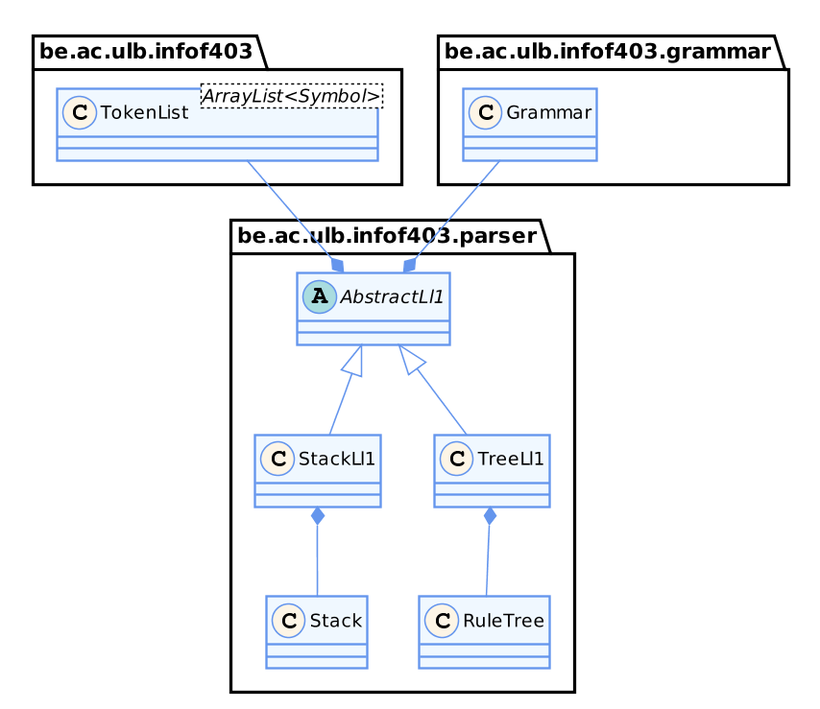
Above: doc/Report/img/class_ll1.png in denishoornaert/INFO-F403-IMP (PlantUML), before the change. Source of this version:
```plantuml
@startuml
skinparam classAttributeIconSize 0

skinparam shadowing false

skinparam dpi 150

skinparam class {
  BackgroundColor AliceBlue
  ArrowColor CornflowerBlue
  BorderColor CornflowerBlue
}
skinparam stereotypeCBackgroundColor OldLace

package "be.ac.ulb.infof403" {
    class TokenList<ArrayList<Symbol>> {

    }
}

package "be.ac.ulb.infof403.grammar" {

    class Grammar {

    }

}

package "be.ac.ulb.infof403.parser" {
    abstract class AbstractLl1 {

    }

    class Stack {

    }

    class RuleTree {

    }

    class StackLl1 {

    }

    class TreeLl1 {

    }
}


StackLl1 *-down- Stack
TreeLl1 *-down- RuleTree
Grammar --* AbstractLl1
TokenList --* AbstractLl1
StackLl1 -up-|> AbstractLl1
TreeLl1 -up-|> AbstractLl1
@enduml
```
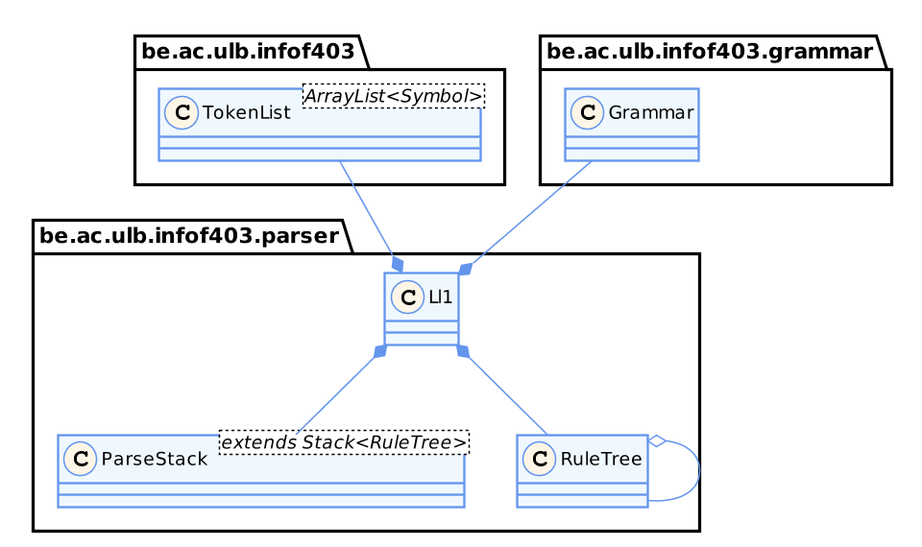
After the change.

Commit message:
Update LL1 Class diagram

What changed in the source:
```diff
@@ -27,11 +27,7 @@
 }
 
 package "be.ac.ulb.infof403.parser" {
-    abstract class AbstractLl1 {
-
-    }
-
-    class Stack {
+    class ParseStack<extends Stack<RuleTree>> {
 
     }
 
@@ -39,20 +35,16 @@
 
     }
 
-    class StackLl1 {
+    class Ll1 {
 
     }
 
-    class TreeLl1 {
-
-    }
 }
 
 
-StackLl1 *-down- Stack
-TreeLl1 *-down- RuleTree
-Grammar --* AbstractLl1
-TokenList --* AbstractLl1
-StackLl1 -up-|> AbstractLl1
-TreeLl1 -up-|> AbstractLl1
+Ll1 *-down- ParseStack
+Ll1 *-down- RuleTree
+RuleTree o-- RuleTree
+Grammar --* Ll1
+TokenList --* Ll1
 @enduml
```
